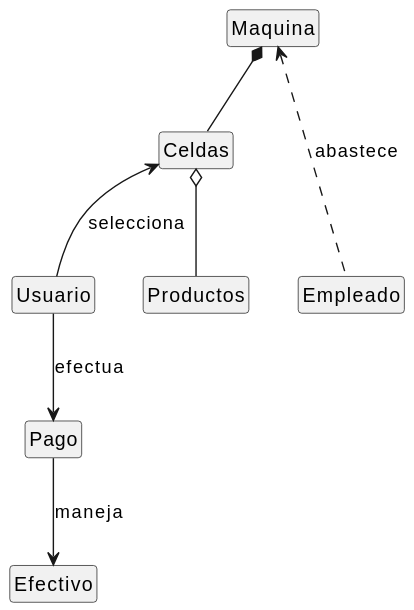
Above: documentos/modeloDeDominio/diagramaDeClases/diagramaDeClasesRelaciones.svg in mmasias/24-25-IdSw2-SDD (PlantUML), before the change.
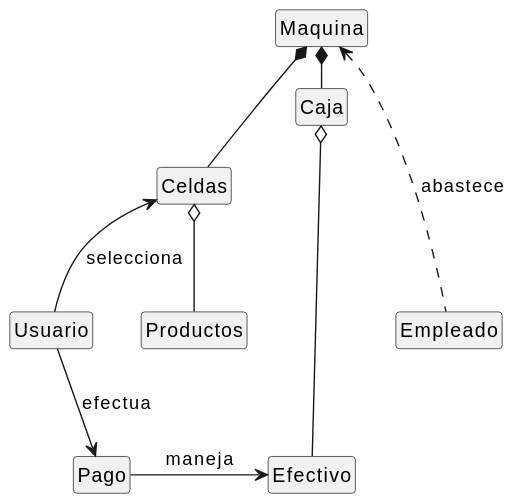
Later version of the same file.

What changed in the source:
```diff
@@ -9,11 +9,14 @@
 class Productos
 class Celdas
 class Empleado
+class Caja
 
 Maquina *-- Celdas
+Maquina *-r- Caja
+Caja o-- Efectivo
 Celdas o-- Productos
 Usuario -U-> Celdas : selecciona
 Usuario --> Pago : efectua
 Empleado .U..> Maquina : abastece
-Pago --> Efectivo : maneja
+Pago -r-> Efectivo : maneja
 @enduml
```
